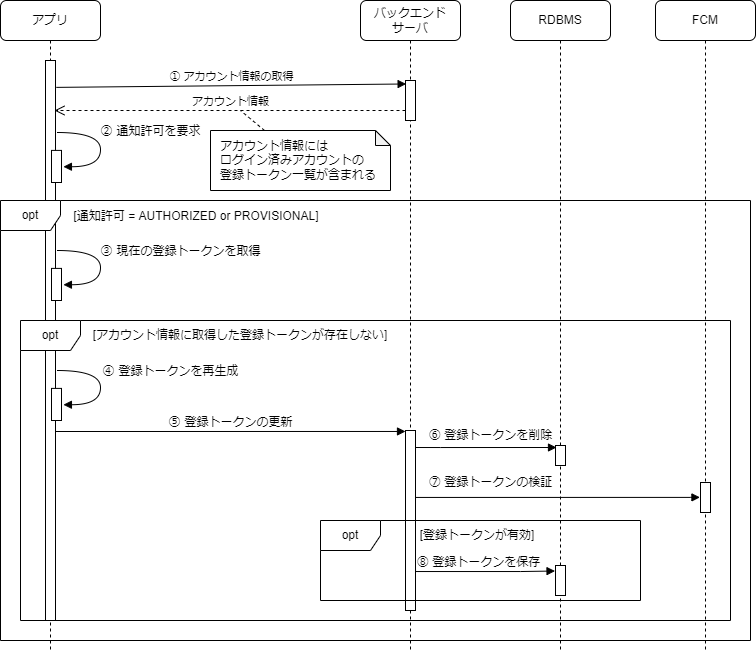
Fintan-contents/mobile-app-crib-notes keeps this draw.io diagram as website/docs/react-native/santoku/application-architecture/push-notification/register-token.drawio.png. Above is the earlier version. Source tidied: cells renumbered, new cells last; positions are measured from the earlier drawing's top-left corner, leaving out a move shared by most shapes.
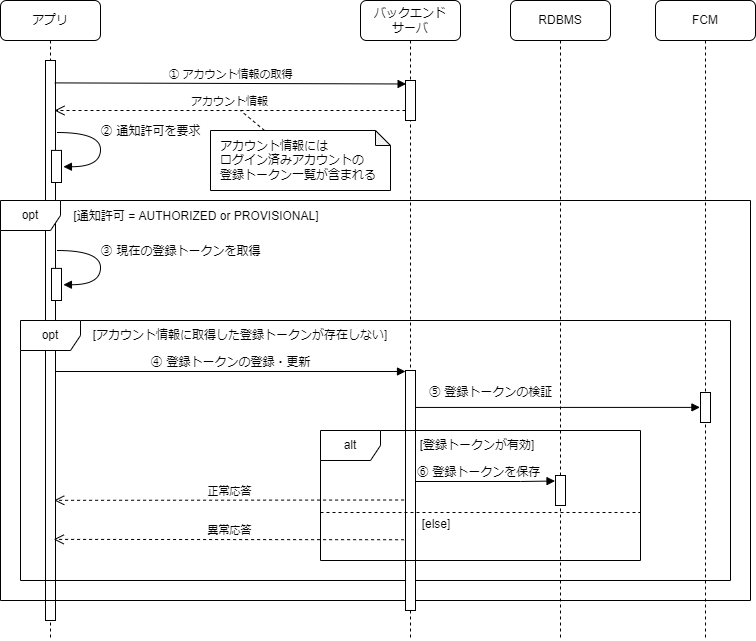
After the change.

What changed in the source:
```diff
@@ -3,7 +3,7 @@
     <mxCell id="0" />
     <mxCell id="1" parent="0" />
     <mxCell id="2" value="アプリ" style="shape=umlLifeline;perimeter=lifelinePerimeter;whiteSpace=wrap;html=1;rounded=1;shadow=0;comic=0;labelBackgroundColor=none;strokeWidth=1;fontFamily=Verdana;fontSize=12;align=center;" parent="1" vertex="1">
-      <mxGeometry width="100" height="650" as="geometry" />
+      <mxGeometry width="100" height="640" as="geometry" />
     </mxCell>
     <mxCell id="3" style="html=1;points=[];perimeter=orthogonalPerimeter;rounded=0;shadow=0;comic=0;labelBackgroundColor=none;strokeWidth=1;fontFamily=Verdana;fontSize=12;align=center;" parent="2" vertex="1">
       <mxGeometry x="45" y="60" width="10" height="560" as="geometry" />
@@ -21,33 +21,33 @@
       </mxGeometry>
     </mxCell>
     <mxCell id="6" value="opt" style="shape=umlFrame;whiteSpace=wrap;html=1;" parent="1" vertex="1">
-      <mxGeometry x="20" y="320" width="710" height="300" as="geometry" />
+      <mxGeometry x="20" y="320" width="710" height="260" as="geometry" />
     </mxCell>
     <mxCell id="7" value="opt" style="shape=umlFrame;whiteSpace=wrap;html=1;" parent="1" vertex="1">
-      <mxGeometry y="200" width="750" height="440" as="geometry" />
+      <mxGeometry y="200" width="750" height="400" as="geometry" />
     </mxCell>
     <mxCell id="8" value="バックエンド&lt;br&gt;サーバ" style="shape=umlLifeline;perimeter=lifelinePerimeter;whiteSpace=wrap;html=1;rounded=1;shadow=0;comic=0;labelBackgroundColor=none;strokeWidth=1;fontFamily=Verdana;fontSize=12;align=center;" parent="1" vertex="1">
-      <mxGeometry x="360" width="100" height="650" as="geometry" />
+      <mxGeometry x="360" width="100" height="640" as="geometry" />
     </mxCell>
     <mxCell id="9" style="html=1;perimeter=orthogonalPerimeter;rounded=0;shadow=0;comic=0;labelBackgroundColor=none;strokeWidth=1;fontFamily=Verdana;fontSize=12;align=center;" parent="8" vertex="1">
-      <mxGeometry x="45" y="430" width="10" height="180" as="geometry" />
+      <mxGeometry x="45" y="370" width="10" height="240" as="geometry" />
     </mxCell>
     <mxCell id="10" style="html=1;points=[];perimeter=orthogonalPerimeter;" parent="8" vertex="1">
       <mxGeometry x="45" y="80" width="10" height="40" as="geometry" />
     </mxCell>
-    <mxCell id="11" value="opt" style="shape=umlFrame;whiteSpace=wrap;html=1;" parent="1" vertex="1">
-      <mxGeometry x="320" y="520" width="320" height="80" as="geometry" />
+    <mxCell id="11" value="alt" style="shape=umlFrame;whiteSpace=wrap;html=1;" parent="1" vertex="1">
+      <mxGeometry x="320" y="430" width="320" height="130" as="geometry" />
     </mxCell>
-    <mxCell id="12" value="⑤ 登録トークンの更新" style="html=1;verticalAlign=bottom;endArrow=block;entryX=0;entryY=0;labelBackgroundColor=none;fontFamily=Verdana;fontSize=12;edgeStyle=elbowEdgeStyle;elbow=vertical;" parent="1" edge="1">
+    <mxCell id="12" value="④ 登録トークンの登録・更新" style="html=1;verticalAlign=bottom;endArrow=block;entryX=0;entryY=0;labelBackgroundColor=none;fontFamily=Verdana;fontSize=12;edgeStyle=elbowEdgeStyle;elbow=vertical;" parent="1" edge="1">
       <mxGeometry relative="1" as="geometry">
-        <mxPoint x="55" y="431" as="sourcePoint" />
-        <mxPoint x="405" y="431" as="targetPoint" />
+        <mxPoint x="55" y="371" as="sourcePoint" />
+        <mxPoint x="405" y="371" as="targetPoint" />
       </mxGeometry>
     </mxCell>
     <mxCell id="13" value="[通知許可 = AUTHORIZED or PROVISIONAL]" style="text;html=1;strokeColor=none;fillColor=none;align=center;verticalAlign=middle;whiteSpace=wrap;rounded=0;" parent="1" vertex="1">
       <mxGeometry x="61" y="201" width="270" height="30" as="geometry" />
     </mxCell>
-    <mxCell id="14" value="① アカウント情報の取得" style="html=1;verticalAlign=bottom;endArrow=block;entryX=0.062;entryY=0.087;rounded=0;exitX=1.076;exitY=0.048;exitDx=0;exitDy=0;exitPerimeter=0;entryDx=0;entryDy=0;entryPerimeter=0;" parent="1" edge="1" source="3" target="10">
+    <mxCell id="14" value="① アカウント情報の取得" style="html=1;verticalAlign=bottom;endArrow=block;entryX=0.062;entryY=0.087;rounded=0;entryDx=0;entryDy=0;entryPerimeter=0;exitX=0.928;exitY=0.04;exitDx=0;exitDy=0;exitPerimeter=0;" parent="1" edge="1" source="3" target="10">
       <mxGeometry relative="1" as="geometry" />
     </mxCell>
     <mxCell id="15" value="アカウント情報" style="html=1;verticalAlign=bottom;endArrow=open;dashed=1;endSize=8;exitX=0;exitY=0.95;rounded=0;entryX=0.9;entryY=0.2;entryDx=0;entryDy=0;entryPerimeter=0;" parent="1" edge="1">
@@ -71,18 +71,6 @@
     <mxCell id="18" value="[アカウント情報に取得した登録トークンが存在しない]" style="text;html=1;strokeColor=none;fillColor=none;align=center;verticalAlign=middle;whiteSpace=wrap;rounded=0;" parent="1" vertex="1">
       <mxGeometry x="90" y="320" width="300" height="30" as="geometry" />
     </mxCell>
-    <mxCell id="19" style="html=1;points=[];perimeter=orthogonalPerimeter;rounded=0;shadow=0;comic=0;labelBackgroundColor=none;strokeWidth=1;fontFamily=Verdana;fontSize=12;align=center;" parent="1" vertex="1">
-      <mxGeometry x="51" y="387.9" width="10" height="32.1" as="geometry" />
-    </mxCell>
-    <mxCell id="20" value="④ 登録トークンを再生成" style="html=1;verticalAlign=bottom;endArrow=block;labelBackgroundColor=none;fontFamily=Verdana;fontSize=12;elbow=vertical;edgeStyle=orthogonalEdgeStyle;curved=1;exitX=1.038;exitY=0.345;exitPerimeter=0;entryX=1.192;entryY=0.509;entryDx=0;entryDy=0;entryPerimeter=0;" parent="1" edge="1" target="19">
-      <mxGeometry x="-0.07" y="70" relative="1" as="geometry">
-        <mxPoint x="56.4" y="370" as="sourcePoint" />
-        <Array as="points">
-          <mxPoint x="100" y="370" />
-          <mxPoint x="100" y="404" />
-        </Array>
-      </mxGeometry>
-    </mxCell>
     <mxCell id="21" style="rounded=0;jettySize=auto;html=1;fontSize=12;dashed=1;endArrow=none;endFill=0;" parent="1" edge="1" source="22">
       <mxGeometry relative="1" as="geometry">
         <mxPoint x="240" y="110" as="targetPoint" />
@@ -91,50 +79,55 @@
     <mxCell id="22" value="アカウント情報には&lt;br style=&quot;font-size: 12px;&quot;&gt;ログイン済みアカウントの&lt;br style=&quot;font-size: 12px;&quot;&gt;登録トークン一覧が含まれる" style="shape=note;whiteSpace=wrap;html=1;backgroundOutline=1;darkOpacity=0.05;fontSize=12;size=15;align=left;spacingTop=0;spacingLeft=8;" parent="1" vertex="1">
       <mxGeometry x="210" y="130" width="180" height="60" as="geometry" />
     </mxCell>
-    <mxCell id="23" value="⑦ 登録トークンの検証" style="edgeStyle=orthogonalEdgeStyle;rounded=0;jettySize=auto;html=1;endArrow=block;endFill=1;fontSize=12;entryX=-0.056;entryY=0.495;entryDx=0;entryDy=0;entryPerimeter=0;" parent="1" edge="1" target="28">
+    <mxCell id="23" value="⑤ 登録トークンの検証" style="edgeStyle=orthogonalEdgeStyle;rounded=0;jettySize=auto;html=1;endArrow=block;endFill=1;fontSize=12;entryX=-0.056;entryY=0.495;entryDx=0;entryDy=0;entryPerimeter=0;" parent="1" edge="1" target="28">
       <mxGeometry x="-0.47" y="15" relative="1" as="geometry">
-        <mxPoint x="415" y="496.9" as="sourcePoint" />
+        <mxPoint x="415" y="406.9" as="sourcePoint" />
         <Array as="points">
-          <mxPoint x="690" y="497" />
+          <mxPoint x="690" y="407" />
         </Array>
       </mxGeometry>
     </mxCell>
     <mxCell id="24" value="[登録トークンが有効]" style="text;html=1;strokeColor=none;fillColor=none;align=center;verticalAlign=middle;whiteSpace=wrap;rounded=0;" parent="1" vertex="1">
-      <mxGeometry x="412" y="520" width="130" height="30" as="geometry" />
+      <mxGeometry x="412" y="430" width="130" height="30" as="geometry" />
     </mxCell>
-    <mxCell id="25" value="⑧ 登録トークンを保存" style="edgeStyle=orthogonalEdgeStyle;rounded=0;jettySize=auto;html=1;fontSize=12;endArrow=block;endFill=1;entryX=-0.047;entryY=0.184;entryDx=0;entryDy=0;entryPerimeter=0;" parent="1" edge="1" target="30">
+    <mxCell id="25" value="⑥ 登録トークンを保存" style="edgeStyle=orthogonalEdgeStyle;rounded=0;jettySize=auto;html=1;fontSize=12;endArrow=block;endFill=1;entryX=-0.047;entryY=0.184;entryDx=0;entryDy=0;entryPerimeter=0;" parent="1" edge="1" target="30">
       <mxGeometry x="-0.07" y="9" relative="1" as="geometry">
-        <mxPoint x="415" y="568" as="sourcePoint" />
+        <mxPoint x="415" y="478" as="sourcePoint" />
         <Array as="points">
-          <mxPoint x="415" y="571" />
-          <mxPoint x="520" y="571" />
+          <mxPoint x="415" y="481" />
+          <mxPoint x="520" y="481" />
         </Array>
       </mxGeometry>
     </mxCell>
-    <mxCell id="26" value="⑥ 登録トークンを削除" style="edgeStyle=orthogonalEdgeStyle;rounded=0;orthogonalLoop=1;jettySize=auto;html=1;fontSize=12;endArrow=block;endFill=1;" parent="1" edge="1">
-      <mxGeometry x="0.06" y="12" relative="1" as="geometry">
-        <mxPoint x="415" y="447" as="sourcePoint" />
-        <mxPoint x="556" y="447" as="targetPoint" />
-        <Array as="points">
-          <mxPoint x="440" y="447" />
-          <mxPoint x="440" y="447" />
-        </Array>
-      </mxGeometry>
-    </mxCell>
     <mxCell id="27" value="FCM" style="shape=umlLifeline;perimeter=lifelinePerimeter;whiteSpace=wrap;html=1;rounded=1;" parent="1" vertex="1">
-      <mxGeometry x="655" width="100" height="650" as="geometry" />
+      <mxGeometry x="655" width="100" height="640" as="geometry" />
     </mxCell>
     <mxCell id="28" style="html=1;points=[];perimeter=orthogonalPerimeter;rounded=0;" parent="27" vertex="1">
-      <mxGeometry x="45" y="482" width="10" height="30" as="geometry" />
+      <mxGeometry x="45" y="392" width="10" height="30" as="geometry" />
     </mxCell>
     <mxCell id="29" value="RDBMS" style="shape=umlLifeline;perimeter=lifelinePerimeter;whiteSpace=wrap;html=1;rounded=1;" parent="1" vertex="1">
-      <mxGeometry x="510" width="100" height="650" as="geometry" />
+      <mxGeometry x="510" width="100" height="640" as="geometry" />
     </mxCell>
     <mxCell id="30" style="html=1;points=[];perimeter=orthogonalPerimeter;rounded=0;" parent="29" vertex="1">
-      <mxGeometry x="45" y="565" width="10" height="30" as="geometry" />
+      <mxGeometry x="45" y="475" width="10" height="30" as="geometry" />
     </mxCell>
-    <mxCell id="31" style="html=1;perimeter=orthogonalPerimeter;rounded=0;fontSize=12;" parent="1" vertex="1">
-      <mxGeometry x="555" y="445" width="10" height="20" as="geometry" />
-    </mxCell>
+    <mxCell id="32" style="line;strokeWidth=1;fillColor=none;align=left;verticalAlign=middle;spacingTop=-1;spacingLeft=3;spacingRight=3;labelPosition=right;dashed=1;" parent="1" vertex="1">
+      <mxGeometry x="320" y="508" width="320" height="8" as="geometry" />
+    </mxCell>
+    <mxCell id="33" value="正常応答" style="html=1;verticalAlign=bottom;endArrow=open;dashed=1;endSize=8;rounded=0;exitX=-0.141;exitY=0.638;exitDx=0;exitDy=0;exitPerimeter=0;entryX=0.873;entryY=0.841;entryDx=0;entryDy=0;entryPerimeter=0;" parent="1" edge="1">
+      <mxGeometry relative="1" as="geometry">
+        <mxPoint x="403.6" y="499.5" as="sourcePoint" />
+        <mxPoint x="53.7" y="499.8" as="targetPoint" />
+      </mxGeometry>
+    </mxCell>
+    <mxCell id="34" value="異常応答" style="html=1;verticalAlign=bottom;endArrow=open;dashed=1;endSize=8;exitX=-0.141;exitY=0.797;rounded=0;exitDx=0;exitDy=0;exitPerimeter=0;entryX=0.82;entryY=0.903;entryDx=0;entryDy=0;entryPerimeter=0;" parent="1" edge="1">
+      <mxGeometry relative="1" as="geometry">
+        <mxPoint x="403.6" y="539.2" as="sourcePoint" />
+        <mxPoint x="53.2" y="538.9" as="targetPoint" />
+      </mxGeometry>
+    </mxCell>
+    <mxCell id="35" value="[else]" style="text;html=1;strokeColor=none;fillColor=none;align=center;verticalAlign=middle;whiteSpace=wrap;rounded=0;" parent="1" vertex="1">
+      <mxGeometry x="412" y="509" width="48" height="30" as="geometry" />
+    </mxCell>
   </root>
 </mxGraphModel>
```
